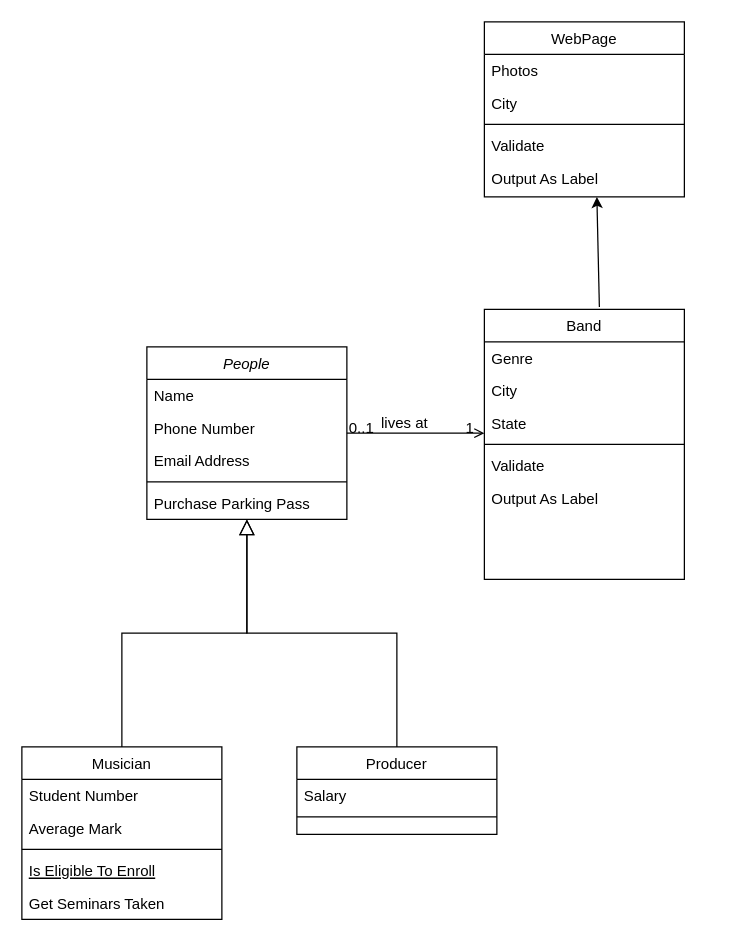
The draw.io diagram ClassDiagram.drawio in anilogutveren/feelthesteelwebpage, before the edit. Source tidied: cells renumbered, new cells numbered last; positions are measured from the earlier drawing's top-left corner, leaving out a move shared by most shapes. Both pictures are drawn from the tidied source at 125%, with x=0, y=0 at pixel (21, 21).
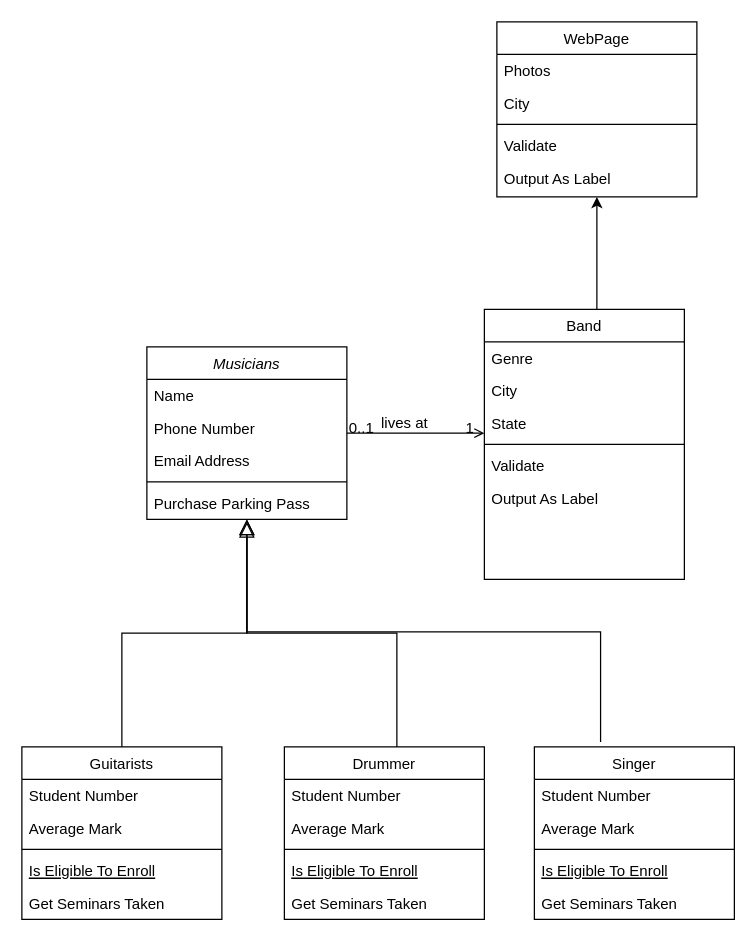
The same diagram, later.

The change refers to these unchanged cells:
```xml
<mxCell id="19" value="Band" style="swimlane;fontStyle=0;align=center;verticalAlign=top;horizontal=1;startSize=26;rounded=0;shadow=0;strokeWidth=1;" parent="1" vertex="1">
  <mxGeometry x="370" y="230" width="160" height="216" as="geometry" />
</mxCell>
```

What changed in the source:
```diff
@@
-    <mxCell id="2" value="People" style="swimlane;fontStyle=2;align=center;verticalAlign=top;horizontal=1;startSize=26;rounded=0;shadow=0;strokeWidth=1;" parent="1" vertex="1">
+    <mxCell id="2" value="Musicians" style="swimlane;fontStyle=2;align=center;verticalAlign=top;horizontal=1;startSize=26;rounded=0;shadow=0;strokeWidth=1;" parent="1" vertex="1">
       <mxGeometry x="100" y="260" width="160" height="138" as="geometry" />
     </mxCell>
@@
-    <mxCell id="8" value="Musician" style="swimlane;fontStyle=0;align=center;verticalAlign=top;horizontal=1;startSize=26;rounded=0;shadow=0;strokeWidth=1;" parent="1" vertex="1">
+    <mxCell id="8" value="Guitarists" style="swimlane;fontStyle=0;align=center;verticalAlign=top;horizontal=1;startSize=26;rounded=0;shadow=0;strokeWidth=1;" parent="1" vertex="1">
       <mxGeometry y="580" width="160" height="138" as="geometry" />
     </mxCell>
@@
-    <mxCell id="15" value="Producer" style="swimlane;fontStyle=0;align=center;verticalAlign=top;horizontal=1;startSize=26;rounded=0;shadow=0;strokeWidth=1;" parent="1" vertex="1">
-      <mxGeometry x="220" y="580" width="160" height="70" as="geometry" />
-    </mxCell>
-    <mxCell id="16" value="Salary" style="text;align=left;verticalAlign=top;spacingLeft=4;spacingRight=4;overflow=hidden;" parent="15" vertex="1">
-      <mxGeometry y="26" width="160" height="26" as="geometry" />
-    </mxCell>
-    <mxCell id="17" style="line;html=1;strokeWidth=1;align=left;verticalAlign=middle;spacingTop=-1;spacingLeft=3;spacingRight=3;labelPosition=right;" parent="15" vertex="1">
-      <mxGeometry y="52" width="160" height="8" as="geometry" />
-    </mxCell>
-    <mxCell id="18" style="endArrow=block;endSize=10;endFill=0;shadow=0;strokeWidth=1;rounded=0;edgeStyle=elbowEdgeStyle;elbow=vertical;" parent="1" edge="1" source="15" target="2">
-      <mxGeometry relative="1" as="geometry" />
+    <mxCell id="18" style="endArrow=block;endSize=10;endFill=0;shadow=0;strokeWidth=1;rounded=0;edgeStyle=elbowEdgeStyle;elbow=vertical;" parent="1" edge="1" target="2">
+      <mxGeometry relative="1" as="geometry">
+        <mxPoint x="300" y="580" as="sourcePoint" />
+      </mxGeometry>
     </mxCell>
@@
     <mxCell id="30" value="WebPage" style="swimlane;fontStyle=0;align=center;verticalAlign=top;horizontal=1;startSize=26;rounded=0;shadow=0;strokeWidth=1;" parent="1" vertex="1">
-      <mxGeometry x="370" width="160" height="140" as="geometry" />
+      <mxGeometry x="380" width="160" height="140" as="geometry" />
     </mxCell>
@@
-    <mxCell id="36" style="endArrow=classic;html=1;rounded=0;exitX=0.575;exitY=-0.009;exitDx=0;exitDy=0;exitPerimeter=0;" parent="1" edge="1" source="19">
+    <mxCell id="36" style="endArrow=classic;html=1;rounded=0;" parent="1" edge="1">
       <mxGeometry relative="1" as="geometry">
+        <mxPoint x="460" y="230" as="sourcePoint" />
         <mxPoint x="460" y="140" as="targetPoint" />
       </mxGeometry>
     </mxCell>
+    <mxCell id="37" value="Singer" style="swimlane;fontStyle=0;align=center;verticalAlign=top;horizontal=1;startSize=26;rounded=0;shadow=0;strokeWidth=1;" parent="1" vertex="1">
+      <mxGeometry x="410" y="580" width="160" height="138" as="geometry" />
+    </mxCell>
+    <mxCell id="38" value="Student Number" style="text;align=left;verticalAlign=top;spacingLeft=4;spacingRight=4;overflow=hidden;" parent="37" vertex="1">
+      <mxGeometry y="26" width="160" height="26" as="geometry" />
+    </mxCell>
+    <mxCell id="39" value="Average Mark" style="text;align=left;verticalAlign=top;spacingLeft=4;spacingRight=4;overflow=hidden;rounded=0;shadow=0;html=0;" parent="37" vertex="1">
+      <mxGeometry y="52" width="160" height="26" as="geometry" />
+    </mxCell>
+    <mxCell id="40" style="line;html=1;strokeWidth=1;align=left;verticalAlign=middle;spacingTop=-1;spacingLeft=3;spacingRight=3;labelPosition=right;" parent="37" vertex="1">
+      <mxGeometry y="78" width="160" height="8" as="geometry" />
+    </mxCell>
+    <mxCell id="41" value="Is Eligible To Enroll" style="text;align=left;verticalAlign=top;spacingLeft=4;spacingRight=4;overflow=hidden;fontStyle=4;" parent="37" vertex="1">
+      <mxGeometry y="86" width="160" height="26" as="geometry" />
+    </mxCell>
+    <mxCell id="42" value="Get Seminars Taken" style="text;align=left;verticalAlign=top;spacingLeft=4;spacingRight=4;overflow=hidden;" parent="37" vertex="1">
+      <mxGeometry y="112" width="160" height="26" as="geometry" />
+    </mxCell>
+    <mxCell id="43" style="endArrow=block;endSize=10;endFill=0;shadow=0;strokeWidth=1;rounded=0;edgeStyle=elbowEdgeStyle;elbow=vertical;exitX=0.331;exitY=-0.029;exitDx=0;exitDy=0;exitPerimeter=0;" parent="1" edge="1" source="37">
+      <mxGeometry relative="1" as="geometry">
+        <mxPoint x="180" y="400" as="targetPoint" />
+      </mxGeometry>
+    </mxCell>
+    <mxCell id="44" value="Drummer" style="swimlane;fontStyle=0;align=center;verticalAlign=top;horizontal=1;startSize=26;rounded=0;shadow=0;strokeWidth=1;" parent="1" vertex="1">
+      <mxGeometry x="210" y="580" width="160" height="138" as="geometry" />
+    </mxCell>
+    <mxCell id="45" value="Student Number" style="text;align=left;verticalAlign=top;spacingLeft=4;spacingRight=4;overflow=hidden;" parent="44" vertex="1">
+      <mxGeometry y="26" width="160" height="26" as="geometry" />
+    </mxCell>
+    <mxCell id="46" value="Average Mark" style="text;align=left;verticalAlign=top;spacingLeft=4;spacingRight=4;overflow=hidden;rounded=0;shadow=0;html=0;" parent="44" vertex="1">
+      <mxGeometry y="52" width="160" height="26" as="geometry" />
+    </mxCell>
+    <mxCell id="47" style="line;html=1;strokeWidth=1;align=left;verticalAlign=middle;spacingTop=-1;spacingLeft=3;spacingRight=3;labelPosition=right;" parent="44" vertex="1">
+      <mxGeometry y="78" width="160" height="8" as="geometry" />
+    </mxCell>
+    <mxCell id="48" value="Is Eligible To Enroll" style="text;align=left;verticalAlign=top;spacingLeft=4;spacingRight=4;overflow=hidden;fontStyle=4;" parent="44" vertex="1">
+      <mxGeometry y="86" width="160" height="26" as="geometry" />
+    </mxCell>
+    <mxCell id="49" value="Get Seminars Taken" style="text;align=left;verticalAlign=top;spacingLeft=4;spacingRight=4;overflow=hidden;" parent="44" vertex="1">
+      <mxGeometry y="112" width="160" height="26" as="geometry" />
+    </mxCell>
```
